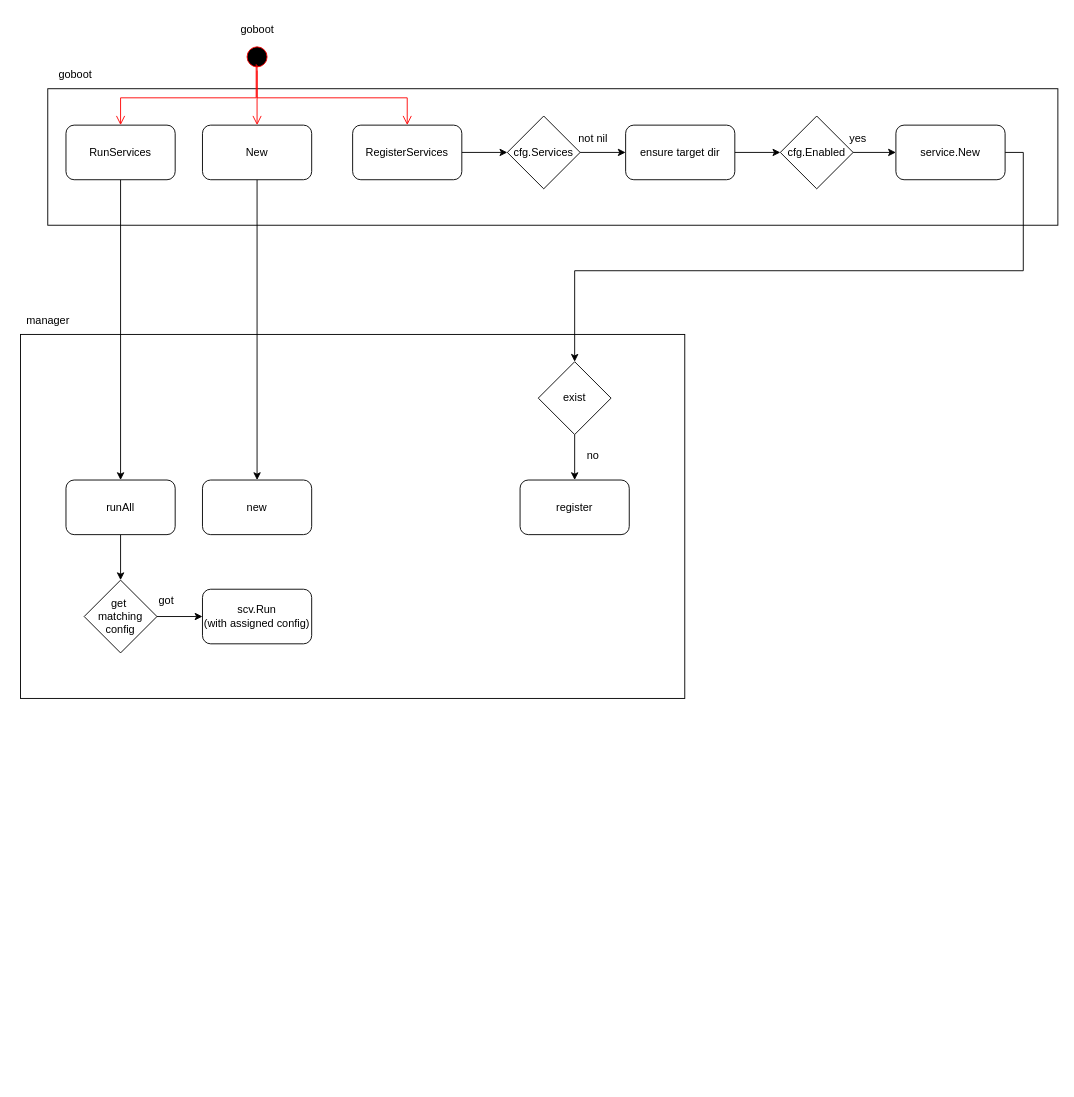
Above: page "service" (3 of 3) of doc/diagram/goboot.drawio in it-timo/goboot (draw.io), before the change. Source tidied: cells renumbered, new cells numbered last; positions are measured from the earlier drawing's top-left corner, leaving out a move shared by most shapes. Both pictures are drawn from the tidied source at 91%, with x=0, y=0 at pixel (15, 15).
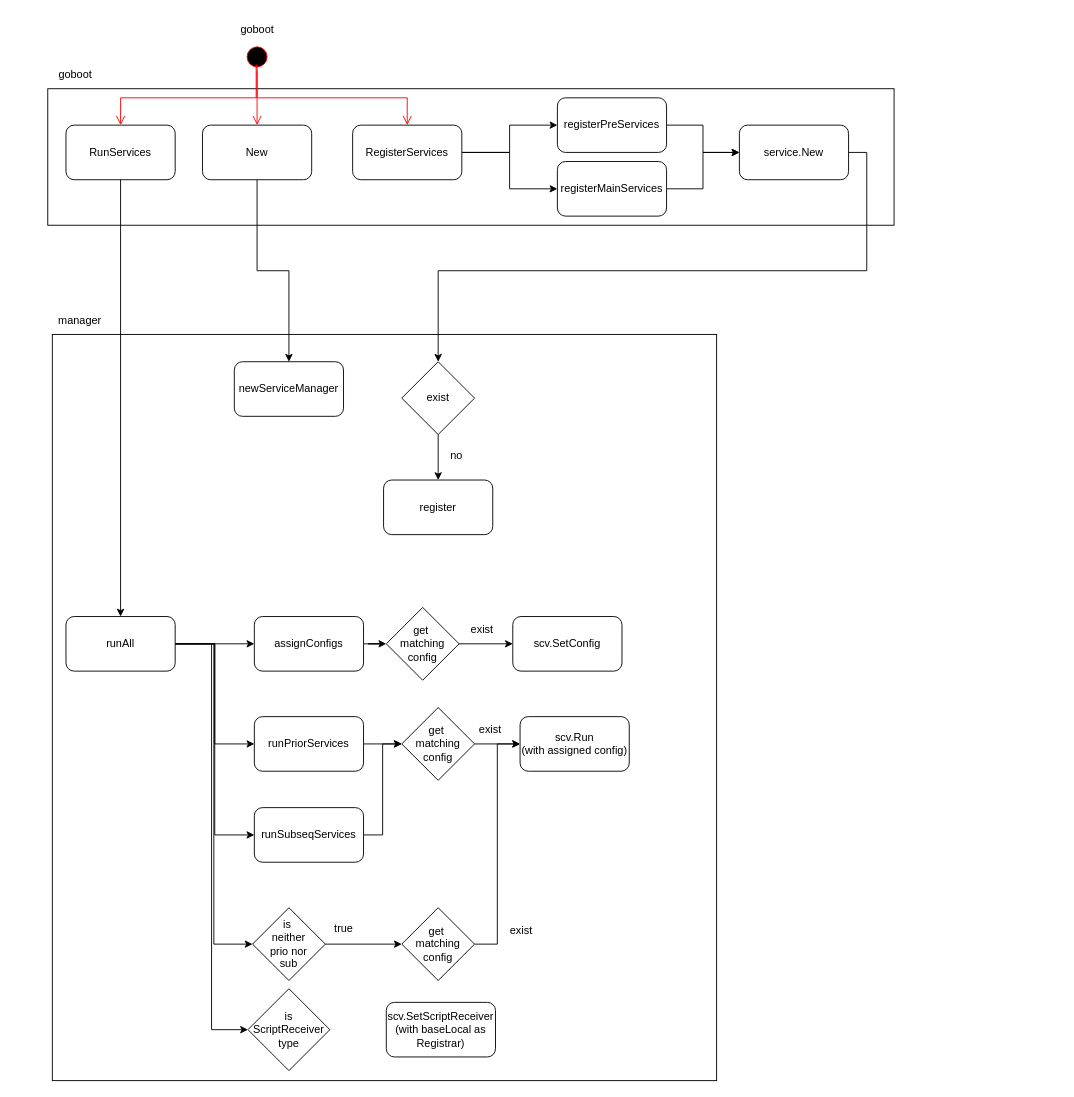
After the change.

The change refers to these unchanged cells:
```xml
<mxCell id="7" value="RegisterServices" style="rounded=1;whiteSpace=wrap;html=1;" parent="1" vertex="1">
  <mxGeometry x="370" y="120" width="120" height="60" as="geometry" />
</mxCell>
```

Change to the diagram source:
```diff
@@
     <mxCell id="2" style="rounded=0;whiteSpace=wrap;html=1;" parent="1" vertex="1">
-      <mxGeometry x="35" y="80" width="1110" height="150" as="geometry" />
+      <mxGeometry x="35" y="80" width="930" height="150" as="geometry" />
     </mxCell>
     <mxCell id="3" style="rounded=0;whiteSpace=wrap;html=1;" parent="1" vertex="1">
-      <mxGeometry x="5" y="350" width="730" height="400" as="geometry" />
+      <mxGeometry x="40" y="350" width="730" height="820" as="geometry" />
     </mxCell>
@@
-    <mxCell id="6" style="edgeStyle=orthogonalEdgeStyle;rounded=0;jettySize=auto;html=1;entryX=0;entryY=0.5;entryDx=0;entryDy=0;" parent="1" edge="1" source="7" target="9">
-      <mxGeometry relative="1" as="geometry" />
-    </mxCell>
+    <mxCell id="38" style="edgeStyle=orthogonalEdgeStyle;rounded=0;jettySize=auto;html=1;" parent="1" edge="1" source="7" target="46">
+      <mxGeometry relative="1" as="geometry" />
+    </mxCell>
+    <mxCell id="39" style="edgeStyle=orthogonalEdgeStyle;rounded=0;jettySize=auto;html=1;" parent="1" edge="1" source="7" target="48">
+      <mxGeometry relative="1" as="geometry" />
+    </mxCell>
@@
-    <mxCell id="8" style="edgeStyle=orthogonalEdgeStyle;rounded=0;jettySize=auto;html=1;entryX=0;entryY=0.5;entryDx=0;entryDy=0;" parent="1" edge="1" source="9" target="11">
-      <mxGeometry relative="1" as="geometry" />
+    <mxCell id="8" style="edgeStyle=orthogonalEdgeStyle;rounded=0;orthogonalLoop=1;jettySize=auto;html=1;entryX=0;entryY=0.5;entryDx=0;entryDy=0;" parent="1" edge="1">
+      <mxGeometry relative="1" as="geometry">
+        <mxPoint x="620" y="150" as="sourcePoint" />
+      </mxGeometry>
     </mxCell>
-    <mxCell id="9" value="cfg.Services" style="rhombus;whiteSpace=wrap;html=1;" parent="1" vertex="1">
-      <mxGeometry x="540" y="110" width="80" height="80" as="geometry" />
-    </mxCell>
-    <mxCell id="10" style="edgeStyle=orthogonalEdgeStyle;rounded=0;jettySize=auto;html=1;entryX=0;entryY=0.5;entryDx=0;entryDy=0;" parent="1" edge="1" source="11" target="21">
-      <mxGeometry relative="1" as="geometry" />
+    <mxCell id="10" style="edgeStyle=orthogonalEdgeStyle;rounded=0;orthogonalLoop=1;jettySize=auto;html=1;entryX=0;entryY=0.5;entryDx=0;entryDy=0;" parent="1" edge="1">
+      <mxGeometry relative="1" as="geometry">
+        <mxPoint x="840" y="150" as="targetPoint" />
+      </mxGeometry>
     </mxCell>
-    <mxCell id="11" value="ensure target dir" style="rounded=1;whiteSpace=wrap;html=1;" parent="1" vertex="1">
-      <mxGeometry x="670" y="120" width="120" height="60" as="geometry" />
-    </mxCell>
-    <mxCell id="12" value="new" style="rounded=1;whiteSpace=wrap;html=1;" parent="1" vertex="1">
-      <mxGeometry x="205" y="510" width="120" height="60" as="geometry" />
+    <mxCell id="12" value="newServiceManager" style="rounded=1;whiteSpace=wrap;html=1;" parent="1" vertex="1">
+      <mxGeometry x="240" y="380" width="120" height="60" as="geometry" />
     </mxCell>
     <mxCell id="13" value="register" style="rounded=1;whiteSpace=wrap;html=1;" parent="1" vertex="1">
-      <mxGeometry x="554" y="510" width="120" height="60" as="geometry" />
+      <mxGeometry x="404" y="510" width="120" height="60" as="geometry" />
     </mxCell>
-    <mxCell id="14" style="edgeStyle=orthogonalEdgeStyle;rounded=0;jettySize=auto;html=1;" parent="1" edge="1" source="15" target="28">
-      <mxGeometry relative="1" as="geometry" />
-    </mxCell>
+    <mxCell id="40" style="edgeStyle=orthogonalEdgeStyle;rounded=0;jettySize=auto;html=1;" parent="1" edge="1" source="15" target="50">
+      <mxGeometry relative="1" as="geometry" />
+    </mxCell>
+    <mxCell id="41" style="edgeStyle=orthogonalEdgeStyle;rounded=0;jettySize=auto;html=1;entryX=0;entryY=0.5;entryDx=0;entryDy=0;" parent="1" edge="1" source="15" target="56">
+      <mxGeometry relative="1" as="geometry" />
+    </mxCell>
+    <mxCell id="42" style="edgeStyle=orthogonalEdgeStyle;rounded=0;jettySize=auto;html=1;entryX=0;entryY=0.5;entryDx=0;entryDy=0;" parent="1" edge="1" source="15" target="58">
+      <mxGeometry relative="1" as="geometry" />
+    </mxCell>
+    <mxCell id="43" style="edgeStyle=orthogonalEdgeStyle;rounded=0;jettySize=auto;html=1;entryX=0;entryY=0.5;entryDx=0;entryDy=0;" parent="1" edge="1" source="15" target="63">
+      <mxGeometry relative="1" as="geometry" />
+    </mxCell>
+    <mxCell id="44" style="edgeStyle=orthogonalEdgeStyle;rounded=0;jettySize=auto;html=1;entryX=0;entryY=0.5;entryDx=0;entryDy=0;" parent="1" edge="1" source="15" target="65">
+      <mxGeometry relative="1" as="geometry" />
+    </mxCell>
     <mxCell id="15" value="runAll" style="rounded=1;whiteSpace=wrap;html=1;" parent="1" vertex="1">
-      <mxGeometry x="55" y="510" width="120" height="60" as="geometry" />
+      <mxGeometry x="55" y="660" width="120" height="60" as="geometry" />
     </mxCell>
@@
     <mxCell id="19" value="service.New" style="rounded=1;whiteSpace=wrap;html=1;" parent="1" vertex="1">
-      <mxGeometry x="967" y="120" width="120" height="60" as="geometry" />
+      <mxGeometry x="795" y="120" width="120" height="60" as="geometry" />
     </mxCell>
-    <mxCell id="20" style="edgeStyle=orthogonalEdgeStyle;rounded=0;jettySize=auto;html=1;entryX=0;entryY=0.5;entryDx=0;entryDy=0;" parent="1" edge="1" source="21" target="19">
-      <mxGeometry relative="1" as="geometry" />
-    </mxCell>
-    <mxCell id="21" value="cfg.Enabled" style="rhombus;whiteSpace=wrap;html=1;" parent="1" vertex="1">
-      <mxGeometry x="840" y="110" width="80" height="80" as="geometry" />
-    </mxCell>
@@
     <mxCell id="23" value="exist" style="rhombus;whiteSpace=wrap;html=1;" parent="1" vertex="1">
-      <mxGeometry x="574" y="380" width="80" height="80" as="geometry" />
+      <mxGeometry x="424" y="380" width="80" height="80" as="geometry" />
     </mxCell>
     <mxCell id="24" value="no" style="text;html=1;align=center;verticalAlign=middle;strokeColor=none;fillColor=none;" parent="1" vertex="1">
-      <mxGeometry x="614" y="468" width="40" height="30" as="geometry" />
+      <mxGeometry x="464" y="468" width="40" height="30" as="geometry" />
     </mxCell>
@@
     <mxCell id="28" value="get&amp;nbsp;&lt;div&gt;matching&lt;div&gt;config&lt;/div&gt;&lt;/div&gt;" style="rhombus;whiteSpace=wrap;html=1;" parent="1" vertex="1">
-      <mxGeometry x="75" y="620" width="80" height="80" as="geometry" />
+      <mxGeometry x="424" y="760" width="80" height="80" as="geometry" />
     </mxCell>
     <mxCell id="29" value="scv.Run&lt;div&gt;(with assigned config)&lt;/div&gt;" style="rounded=1;whiteSpace=wrap;html=1;" parent="1" vertex="1">
-      <mxGeometry x="205" y="630" width="120" height="60" as="geometry" />
+      <mxGeometry x="554" y="770" width="120" height="60" as="geometry" />
     </mxCell>
-    <mxCell id="30" value="got" style="text;html=1;align=center;verticalAlign=middle;strokeColor=none;fillColor=none;" parent="1" vertex="1">
-      <mxGeometry x="145" y="628" width="40" height="30" as="geometry" />
-    </mxCell>
@@
-    <mxCell id="34" value="not nil" style="text;html=1;align=center;verticalAlign=middle;strokeColor=none;fillColor=none;" parent="1" vertex="1">
-      <mxGeometry x="604" y="120" width="60" height="30" as="geometry" />
-    </mxCell>
-    <mxCell id="35" value="yes" style="text;html=1;align=center;verticalAlign=middle;strokeColor=none;fillColor=none;" parent="1" vertex="1">
-      <mxGeometry x="905" y="120" width="40" height="30" as="geometry" />
-    </mxCell>
@@
     <mxCell id="37" value="manager" style="text;html=1;align=center;verticalAlign=middle;strokeColor=none;fillColor=none;" parent="1" vertex="1">
-      <mxGeometry y="320" width="70" height="30" as="geometry" />
+      <mxGeometry x="35" y="320" width="70" height="30" as="geometry" />
     </mxCell>
+    <mxCell id="45" style="edgeStyle=orthogonalEdgeStyle;rounded=0;jettySize=auto;html=1;entryX=0;entryY=0.5;entryDx=0;entryDy=0;" parent="1" edge="1" source="46" target="19">
+      <mxGeometry relative="1" as="geometry" />
+    </mxCell>
+    <mxCell id="46" value="registerPreServices" style="rounded=1;whiteSpace=wrap;html=1;" parent="1" vertex="1">
+      <mxGeometry x="595" y="90" width="120" height="60" as="geometry" />
+    </mxCell>
+    <mxCell id="47" style="edgeStyle=orthogonalEdgeStyle;rounded=0;jettySize=auto;html=1;entryX=0;entryY=0.5;entryDx=0;entryDy=0;" parent="1" edge="1" source="48" target="19">
+      <mxGeometry relative="1" as="geometry" />
+    </mxCell>
+    <mxCell id="48" value="registerMainServices" style="rounded=1;whiteSpace=wrap;html=1;" parent="1" vertex="1">
+      <mxGeometry x="595" y="160" width="120" height="60" as="geometry" />
+    </mxCell>
+    <mxCell id="49" style="edgeStyle=orthogonalEdgeStyle;rounded=0;jettySize=auto;html=1;entryX=0;entryY=0.5;entryDx=0;entryDy=0;" parent="1" edge="1" source="50" target="53">
+      <mxGeometry relative="1" as="geometry" />
+    </mxCell>
+    <mxCell id="50" value="assignConfigs" style="rounded=1;whiteSpace=wrap;html=1;" parent="1" vertex="1">
+      <mxGeometry x="262" y="660" width="120" height="60" as="geometry" />
+    </mxCell>
+    <mxCell id="51" value="scv.SetConfig" style="rounded=1;whiteSpace=wrap;html=1;" parent="1" vertex="1">
+      <mxGeometry x="546" y="660" width="120" height="60" as="geometry" />
+    </mxCell>
+    <mxCell id="52" style="edgeStyle=orthogonalEdgeStyle;rounded=0;jettySize=auto;html=1;entryX=0;entryY=0.5;entryDx=0;entryDy=0;" parent="1" edge="1" source="53" target="51">
+      <mxGeometry relative="1" as="geometry" />
+    </mxCell>
+    <mxCell id="53" value="get&amp;nbsp;&lt;div&gt;matching&lt;div&gt;config&lt;/div&gt;&lt;/div&gt;" style="rhombus;whiteSpace=wrap;html=1;" parent="1" vertex="1">
+      <mxGeometry x="407" y="650" width="80" height="80" as="geometry" />
+    </mxCell>
+    <mxCell id="54" value="exist" style="text;html=1;align=center;verticalAlign=middle;strokeColor=none;fillColor=none;" parent="1" vertex="1">
+      <mxGeometry x="487" y="660" width="50" height="30" as="geometry" />
+    </mxCell>
+    <mxCell id="55" style="edgeStyle=orthogonalEdgeStyle;rounded=0;jettySize=auto;html=1;entryX=0;entryY=0.5;entryDx=0;entryDy=0;" parent="1" edge="1" source="56" target="28">
+      <mxGeometry relative="1" as="geometry" />
+    </mxCell>
+    <mxCell id="56" value="runPriorServices" style="rounded=1;whiteSpace=wrap;html=1;" parent="1" vertex="1">
+      <mxGeometry x="262" y="770" width="120" height="60" as="geometry" />
+    </mxCell>
+    <mxCell id="57" style="edgeStyle=orthogonalEdgeStyle;rounded=0;jettySize=auto;html=1;entryX=0;entryY=0.5;entryDx=0;entryDy=0;" parent="1" edge="1" source="58" target="28">
+      <mxGeometry relative="1" as="geometry" />
+    </mxCell>
+    <mxCell id="58" value="runSubseqServices" style="rounded=1;whiteSpace=wrap;html=1;" parent="1" vertex="1">
+      <mxGeometry x="262" y="870" width="120" height="60" as="geometry" />
+    </mxCell>
+    <mxCell id="59" value="exist" style="text;html=1;align=center;verticalAlign=middle;strokeColor=none;fillColor=none;" parent="1" vertex="1">
+      <mxGeometry x="496" y="770" width="50" height="30" as="geometry" />
+    </mxCell>
+    <mxCell id="60" style="edgeStyle=orthogonalEdgeStyle;rounded=0;jettySize=auto;html=1;entryX=0;entryY=0.5;entryDx=0;entryDy=0;" parent="1" edge="1" source="61" target="29">
+      <mxGeometry relative="1" as="geometry" />
+    </mxCell>
+    <mxCell id="61" value="get&amp;nbsp;&lt;div&gt;matching&lt;div&gt;config&lt;/div&gt;&lt;/div&gt;" style="rhombus;whiteSpace=wrap;html=1;" parent="1" vertex="1">
+      <mxGeometry x="424" y="980" width="80" height="80" as="geometry" />
+    </mxCell>
+    <mxCell id="62" style="edgeStyle=orthogonalEdgeStyle;rounded=0;jettySize=auto;html=1;entryX=0;entryY=0.5;entryDx=0;entryDy=0;" parent="1" edge="1" source="63" target="61">
+      <mxGeometry relative="1" as="geometry" />
+    </mxCell>
+    <mxCell id="63" value="is&amp;nbsp;&lt;div&gt;neither&lt;div&gt;prio nor&lt;/div&gt;&lt;div&gt;sub&lt;/div&gt;&lt;/div&gt;" style="rhombus;whiteSpace=wrap;html=1;" parent="1" vertex="1">
+      <mxGeometry x="260" y="980" width="80" height="80" as="geometry" />
+    </mxCell>
+    <mxCell id="64" value="exist" style="text;html=1;align=center;verticalAlign=middle;strokeColor=none;fillColor=none;" parent="1" vertex="1">
+      <mxGeometry x="530" y="990" width="50" height="30" as="geometry" />
+    </mxCell>
+    <mxCell id="65" value="is&lt;div&gt;ScriptReceiver&lt;/div&gt;&lt;div&gt;&lt;div&gt;type&lt;/div&gt;&lt;/div&gt;" style="rhombus;whiteSpace=wrap;html=1;" parent="1" vertex="1">
+      <mxGeometry x="255" y="1069" width="90" height="90" as="geometry" />
+    </mxCell>
+    <mxCell id="66" value="true" style="text;html=1;align=center;verticalAlign=middle;strokeColor=none;fillColor=none;" parent="1" vertex="1">
+      <mxGeometry x="340" y="988" width="40" height="30" as="geometry" />
+    </mxCell>
+    <mxCell id="67" value="scv.SetScriptReceiver&lt;div&gt;(with baseLocal as Registrar)&lt;/div&gt;" style="rounded=1;whiteSpace=wrap;html=1;" parent="1" vertex="1">
+      <mxGeometry x="407" y="1084" width="120" height="60" as="geometry" />
+    </mxCell>
```
